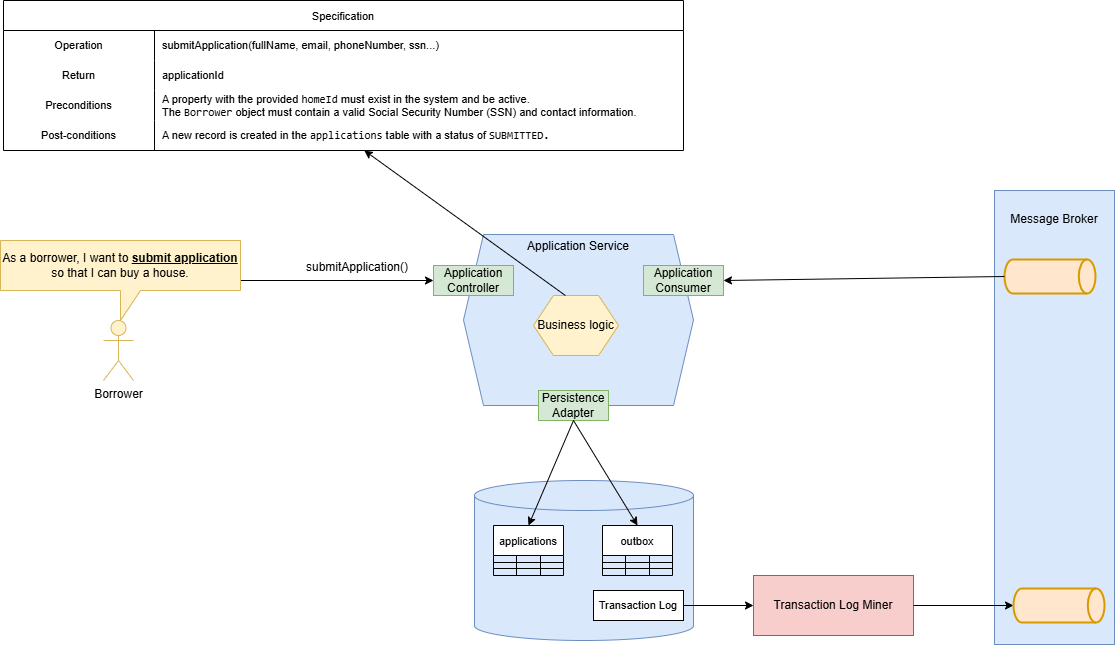
huynm20051990/loan-origination-system keeps this draw.io diagram as 02-architecture/05-service-design.png. Above is the earlier version. Source tidied: cells renumbered, new cells last; positions are measured from the earlier drawing's top-left corner, leaving out a move shared by most shapes.
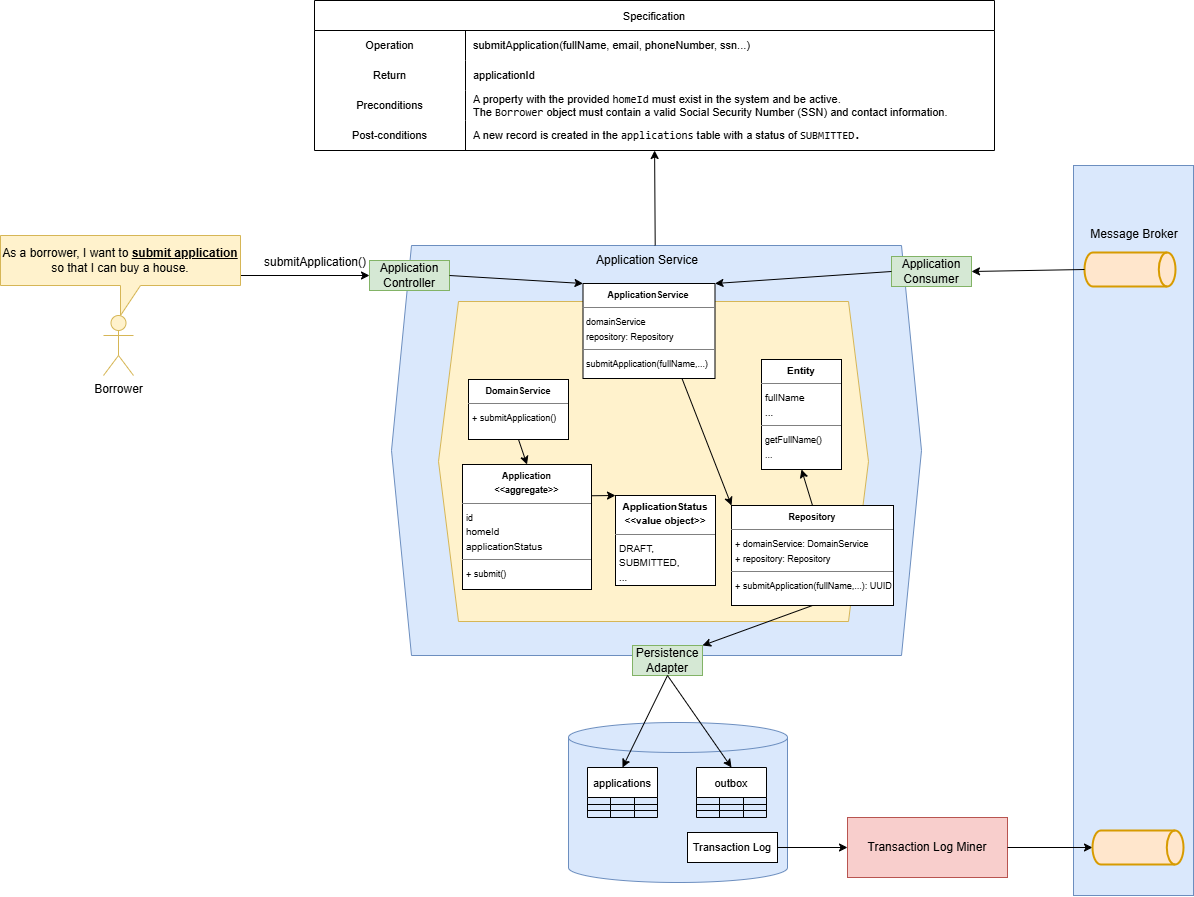
Above is the later version.

Commit message:
Update service design

What changed in the source:
```diff
@@ -3,30 +3,28 @@
     <mxCell id="0" />
     <mxCell id="1" parent="0" />
     <mxCell id="2" value="Borrower" style="shape=umlActor;verticalLabelPosition=bottom;verticalAlign=top;html=1;fillColor=#fff2cc;strokeColor=#d6b656;" parent="1" vertex="1">
-      <mxGeometry x="103" y="320" width="30" height="60" as="geometry" />
+      <mxGeometry x="-5" y="310" width="30" height="60" as="geometry" />
     </mxCell>
-    <mxCell id="3" style="edgeStyle=orthogonalEdgeStyle;rounded=0;jettySize=auto;html=1;" parent="1" edge="1" source="4">
-      <mxGeometry relative="1" as="geometry">
-        <mxPoint x="433" y="280" as="targetPoint" />
-      </mxGeometry>
+    <mxCell id="3" style="edgeStyle=orthogonalEdgeStyle;rounded=0;jettySize=auto;html=1;" parent="1" edge="1" source="4" target="22">
+      <mxGeometry relative="1" as="geometry" />
     </mxCell>
     <mxCell id="4" value="As a borrower, I want to &lt;b&gt;&lt;u&gt;submit application&lt;/u&gt;&lt;/b&gt; so that I can buy a house." style="shape=callout;whiteSpace=wrap;html=1;perimeter=calloutPerimeter;fillColor=#fff2cc;strokeColor=#d6b656;" parent="1" vertex="1">
-      <mxGeometry y="240" width="240" height="80" as="geometry" />
+      <mxGeometry x="-108" y="230" width="240" height="80" as="geometry" />
     </mxCell>
     <mxCell id="5" style="shape=hexagon;perimeter=hexagonPerimeter2;whiteSpace=wrap;html=1;fixedSize=1;fillColor=#dae8fc;strokeColor=#6c8ebf;" parent="1" vertex="1">
-      <mxGeometry x="463" y="234" width="230" height="171" as="geometry" />
+      <mxGeometry x="283" y="240" width="530" height="410" as="geometry" />
     </mxCell>
-    <mxCell id="6" value="Business logic" style="shape=hexagon;perimeter=hexagonPerimeter2;whiteSpace=wrap;html=1;fixedSize=1;fillColor=#fff2cc;strokeColor=#d6b656;" parent="1" vertex="1">
-      <mxGeometry x="533" y="295" width="85" height="60" as="geometry" />
+    <mxCell id="6" style="shape=hexagon;perimeter=hexagonPerimeter2;whiteSpace=wrap;html=1;fixedSize=1;fillColor=#fff2cc;strokeColor=#d6b656;" parent="1" vertex="1">
+      <mxGeometry x="330" y="296" width="430" height="320" as="geometry" />
     </mxCell>
     <mxCell id="7" value="submitApplication()" style="text;html=1;whiteSpace=wrap;strokeColor=none;fillColor=none;align=center;verticalAlign=middle;rounded=0;" parent="1" vertex="1">
-      <mxGeometry x="327" y="252" width="60" height="30" as="geometry" />
+      <mxGeometry x="177" y="242" width="60" height="30" as="geometry" />
     </mxCell>
     <mxCell id="8" value="Application Service" style="text;html=1;whiteSpace=wrap;strokeColor=none;fillColor=none;align=center;verticalAlign=middle;rounded=0;" parent="1" vertex="1">
-      <mxGeometry x="513" y="231" width="130" height="30" as="geometry" />
+      <mxGeometry x="474" y="240" width="130" height="30" as="geometry" />
     </mxCell>
     <mxCell id="9" value="Specification" style="shape=table;startSize=30;rowLines=0;fontStyle=0;strokeColor=default;fontSize=11;" parent="1" vertex="1">
-      <mxGeometry x="3" width="680" height="150" as="geometry" />
+      <mxGeometry x="206" y="-5" width="680" height="150" as="geometry" />
     </mxCell>
     <mxCell id="10" style="shape=tableRow;horizontal=0;startSize=0;swimlaneHead=0;swimlaneBody=0;top=0;left=0;bottom=0;right=0;fillColor=none;strokeColor=inherit;fontSize=11;" parent="9" vertex="1">
       <mxGeometry y="30" width="680" height="30" as="geometry" />
@@ -65,16 +63,16 @@
       <mxGeometry x="151" width="529" height="30" as="geometry" />
     </mxCell>
     <mxCell id="22" value="Application Controller" style="rounded=0;whiteSpace=wrap;html=1;fillColor=#d5e8d4;strokeColor=#82b366;" parent="1" vertex="1">
-      <mxGeometry x="433" y="265" width="80" height="30" as="geometry" />
+      <mxGeometry x="261" y="255" width="80" height="30" as="geometry" />
     </mxCell>
     <mxCell id="23" value="Persistence Adapter" style="rounded=0;whiteSpace=wrap;html=1;fillColor=#d5e8d4;strokeColor=#82b366;" parent="1" vertex="1">
-      <mxGeometry x="538" y="390" width="70" height="30" as="geometry" />
+      <mxGeometry x="524" y="640" width="70" height="30" as="geometry" />
     </mxCell>
     <mxCell id="24" style="shape=cylinder3;whiteSpace=wrap;html=1;boundedLbl=1;backgroundOutline=1;size=15;fillColor=#dae8fc;strokeColor=#6c8ebf;" parent="1" vertex="1">
-      <mxGeometry x="474" y="480" width="219" height="160" as="geometry" />
+      <mxGeometry x="460" y="717" width="219" height="160" as="geometry" />
     </mxCell>
     <mxCell id="25" value="applications" style="shape=table;startSize=30;strokeColor=default;fontSize=11;" parent="1" vertex="1">
-      <mxGeometry x="493" y="525" width="70" height="50" as="geometry" />
+      <mxGeometry x="479" y="762" width="70" height="50" as="geometry" />
     </mxCell>
     <mxCell id="26" style="shape=tableRow;horizontal=0;startSize=0;swimlaneHead=0;swimlaneBody=0;strokeColor=inherit;top=0;left=0;bottom=0;right=0;fillColor=none;fontSize=16;" parent="25" vertex="1">
       <mxGeometry y="30" width="70" height="7" as="geometry" />
@@ -113,7 +111,7 @@
       <mxGeometry x="47" width="23" height="7" as="geometry" />
     </mxCell>
     <mxCell id="38" value="outbox" style="shape=table;startSize=30;strokeColor=default;fontSize=11;" parent="1" vertex="1">
-      <mxGeometry x="602" y="525" width="70" height="50" as="geometry" />
+      <mxGeometry x="588" y="762" width="70" height="50" as="geometry" />
     </mxCell>
     <mxCell id="39" style="shape=tableRow;horizontal=0;startSize=0;swimlaneHead=0;swimlaneBody=0;strokeColor=inherit;top=0;left=0;bottom=0;right=0;fillColor=none;fontSize=16;" parent="38" vertex="1">
       <mxGeometry y="30" width="70" height="7" as="geometry" />
@@ -158,37 +156,76 @@
       <mxGeometry relative="1" as="geometry" />
     </mxCell>
     <mxCell id="53" value="Transaction Log" style="rounded=0;whiteSpace=wrap;html=1;fontSize=11;" parent="1" vertex="1">
-      <mxGeometry x="593" y="590" width="90" height="30" as="geometry" />
+      <mxGeometry x="579" y="827" width="90" height="30" as="geometry" />
     </mxCell>
     <mxCell id="54" value="Transaction Log Miner" style="rounded=0;whiteSpace=wrap;html=1;fillColor=#f8cecc;strokeColor=#b85450;" parent="1" vertex="1">
-      <mxGeometry x="753" y="575" width="160" height="60" as="geometry" />
+      <mxGeometry x="739" y="812" width="160" height="60" as="geometry" />
     </mxCell>
     <mxCell id="55" style="endArrow=classic;html=1;rounded=0;exitX=1;exitY=0.5;exitDx=0;exitDy=0;entryX=0;entryY=0.5;entryDx=0;entryDy=0;" parent="1" edge="1" source="53" target="54">
       <mxGeometry relative="1" as="geometry" />
     </mxCell>
     <mxCell id="56" style="rounded=0;whiteSpace=wrap;html=1;fillColor=#dae8fc;strokeColor=#6c8ebf;" parent="1" vertex="1">
-      <mxGeometry x="994" y="190" width="120" height="454" as="geometry" />
+      <mxGeometry x="965" y="160" width="120" height="730" as="geometry" />
     </mxCell>
     <mxCell id="57" value="Message Broker" style="text;html=1;whiteSpace=wrap;strokeColor=none;fillColor=none;align=center;verticalAlign=middle;rounded=0;" parent="1" vertex="1">
-      <mxGeometry x="1004" y="204" width="100" height="30" as="geometry" />
+      <mxGeometry x="976" y="214" width="100" height="30" as="geometry" />
     </mxCell>
     <mxCell id="58" style="endArrow=classic;html=1;rounded=0;exitX=1;exitY=0.5;exitDx=0;exitDy=0;entryX=0;entryY=0.5;entryDx=0;entryDy=0;entryPerimeter=0;" parent="1" edge="1" source="54" target="59">
       <mxGeometry relative="1" as="geometry" />
     </mxCell>
     <mxCell id="59" style="strokeWidth=2;html=1;shape=mxgraph.flowchart.direct_data;whiteSpace=wrap;fillColor=#ffe6cc;strokeColor=#d79b00;" parent="1" vertex="1">
-      <mxGeometry x="1013" y="588" width="91" height="34" as="geometry" />
+      <mxGeometry x="984" y="825" width="91" height="34" as="geometry" />
     </mxCell>
     <mxCell id="60" style="strokeWidth=2;html=1;shape=mxgraph.flowchart.direct_data;whiteSpace=wrap;fillColor=#ffe6cc;strokeColor=#d79b00;" parent="1" vertex="1">
-      <mxGeometry x="1004" y="259" width="91" height="34" as="geometry" />
+      <mxGeometry x="976" y="247" width="91" height="34" as="geometry" />
     </mxCell>
     <mxCell id="61" value="Application Consumer" style="rounded=0;whiteSpace=wrap;html=1;fillColor=#d5e8d4;strokeColor=#82b366;" parent="1" vertex="1">
-      <mxGeometry x="643" y="265" width="80" height="30" as="geometry" />
+      <mxGeometry x="783" y="251" width="80" height="30" as="geometry" />
     </mxCell>
     <mxCell id="62" style="endArrow=classic;html=1;rounded=0;exitX=0;exitY=0.5;exitDx=0;exitDy=0;exitPerimeter=0;entryX=1;entryY=0.5;entryDx=0;entryDy=0;" parent="1" edge="1" source="60" target="61">
       <mxGeometry relative="1" as="geometry" />
     </mxCell>
-    <mxCell id="63" style="endArrow=classic;html=1;rounded=0;exitX=0.375;exitY=0;exitDx=0;exitDy=0;" parent="1" edge="1" source="6" target="19">
+    <mxCell id="63" style="endArrow=classic;html=1;rounded=0;" parent="1" edge="1" source="5" target="19">
       <mxGeometry relative="1" as="geometry" />
     </mxCell>
+    <mxCell id="64" value="&lt;p style=&quot;margin:0px;margin-top:4px;text-align:center;&quot;&gt;&lt;b&gt;&lt;font style=&quot;font-size: 9px;&quot;&gt;ApplicationService&lt;/font&gt;&lt;/b&gt;&lt;/p&gt;&lt;hr size=&quot;1&quot; style=&quot;border-style:solid;&quot;&gt;&lt;p style=&quot;margin:0px;margin-left:4px;&quot;&gt;&lt;font style=&quot;font-size: 9px;&quot;&gt;domainService&lt;/font&gt;&lt;/p&gt;&lt;p style=&quot;margin:0px;margin-left:4px;&quot;&gt;&lt;font style=&quot;font-size: 9px;&quot;&gt;repository: Repository&lt;/font&gt;&lt;/p&gt;&lt;hr size=&quot;1&quot; style=&quot;border-style:solid;&quot;&gt;&lt;p style=&quot;margin:0px;margin-left:4px;&quot;&gt;&lt;font style=&quot;font-size: 9px;&quot;&gt;submitApplication(fullName,...)&lt;/font&gt;&lt;/p&gt;" style="verticalAlign=top;align=left;overflow=fill;html=1;whiteSpace=wrap;" parent="1" vertex="1">
+      <mxGeometry x="474.5" y="278" width="132" height="95" as="geometry" />
+    </mxCell>
+    <mxCell id="65" value="&lt;p style=&quot;margin:0px;margin-top:4px;text-align:center;&quot;&gt;&lt;b&gt;&lt;font style=&quot;font-size: 9px;&quot;&gt;DomainService&lt;/font&gt;&lt;/b&gt;&lt;/p&gt;&lt;hr size=&quot;1&quot; style=&quot;border-style:solid;&quot;&gt;&lt;p style=&quot;margin:0px;margin-left:4px;&quot;&gt;&lt;/p&gt;&lt;p style=&quot;margin:0px;margin-left:4px;&quot;&gt;&lt;font style=&quot;font-size: 9px;&quot;&gt;+ submitApplication()&lt;/font&gt;&lt;/p&gt;" style="verticalAlign=top;align=left;overflow=fill;html=1;whiteSpace=wrap;" parent="1" vertex="1">
+      <mxGeometry x="360" y="374" width="100" height="60" as="geometry" />
+    </mxCell>
+    <mxCell id="66" value="&lt;p style=&quot;margin:0px;margin-top:4px;text-align:center;&quot;&gt;&lt;b&gt;&lt;font style=&quot;font-size: 9px;&quot;&gt;Repository&lt;/font&gt;&lt;/b&gt;&lt;/p&gt;&lt;hr size=&quot;1&quot; style=&quot;border-style:solid;&quot;&gt;&lt;p style=&quot;margin:0px;margin-left:4px;&quot;&gt;&lt;font style=&quot;font-size: 9px;&quot;&gt;+ domainService: DomainService&lt;/font&gt;&lt;/p&gt;&lt;p style=&quot;margin:0px;margin-left:4px;&quot;&gt;&lt;font style=&quot;font-size: 9px;&quot;&gt;+ repository: Repository&lt;/font&gt;&lt;/p&gt;&lt;hr size=&quot;1&quot; style=&quot;border-style:solid;&quot;&gt;&lt;p style=&quot;margin:0px;margin-left:4px;&quot;&gt;&lt;font style=&quot;font-size: 9px;&quot;&gt;+ submitApplication(fullName,...): UUID&lt;/font&gt;&lt;/p&gt;" style="verticalAlign=top;align=left;overflow=fill;html=1;whiteSpace=wrap;" parent="1" vertex="1">
+      <mxGeometry x="623" y="500" width="162" height="100" as="geometry" />
+    </mxCell>
+    <mxCell id="67" value="&lt;p style=&quot;margin:0px;margin-top:4px;text-align:center;&quot;&gt;&lt;b&gt;&lt;font style=&quot;font-size: 9px;&quot;&gt;Application&lt;br&gt;&amp;lt;&amp;lt;aggregate&amp;gt;&amp;gt;&lt;/font&gt;&lt;/b&gt;&lt;/p&gt;&lt;hr size=&quot;1&quot; style=&quot;border-style:solid;&quot;&gt;&lt;p style=&quot;margin:0px;margin-left:4px;&quot;&gt;&lt;font style=&quot;font-size: 9px;&quot;&gt;id&lt;/font&gt;&lt;/p&gt;&lt;p style=&quot;margin:0px;margin-left:4px;&quot;&gt;&lt;font size=&quot;1&quot;&gt;homeId&lt;br&gt;applicationStatus&lt;/font&gt;&lt;/p&gt;&lt;hr size=&quot;1&quot; style=&quot;border-style:solid;&quot;&gt;&lt;p style=&quot;margin:0px;margin-left:4px;&quot;&gt;&lt;font style=&quot;font-size: 9px;&quot;&gt;+ submit()&lt;/font&gt;&lt;/p&gt;" style="verticalAlign=top;align=left;overflow=fill;html=1;whiteSpace=wrap;" parent="1" vertex="1">
+      <mxGeometry x="354" y="459" width="129" height="125" as="geometry" />
+    </mxCell>
+    <mxCell id="68" value="&lt;p style=&quot;margin:0px;margin-top:4px;text-align:center;&quot;&gt;&lt;font size=&quot;1&quot;&gt;&lt;b&gt;ApplicationStatus&lt;br&gt;&amp;lt;&amp;lt;value object&amp;gt;&amp;gt;&lt;/b&gt;&lt;/font&gt;&lt;/p&gt;&lt;hr size=&quot;1&quot; style=&quot;border-style:solid;&quot;&gt;&lt;p style=&quot;margin:0px;margin-left:4px;&quot;&gt;&lt;font size=&quot;1&quot;&gt;DRAFT, &lt;br&gt;SUBMITTED,&lt;br&gt;&lt;/font&gt;&lt;/p&gt;&lt;p style=&quot;margin:0px;margin-left:4px;&quot;&gt;&lt;font size=&quot;1&quot;&gt;...&lt;br&gt;&lt;br&gt;&lt;/font&gt;&lt;/p&gt;" style="verticalAlign=top;align=left;overflow=fill;html=1;whiteSpace=wrap;" parent="1" vertex="1">
+      <mxGeometry x="507" y="490" width="100" height="90" as="geometry" />
+    </mxCell>
+    <mxCell id="69" value="&lt;p style=&quot;margin:0px;margin-top:4px;text-align:center;&quot;&gt;&lt;font size=&quot;1&quot;&gt;&lt;b&gt;Entity&lt;/b&gt;&lt;/font&gt;&lt;/p&gt;&lt;hr size=&quot;1&quot; style=&quot;border-style:solid;&quot;&gt;&lt;p style=&quot;margin:0px;margin-left:4px;&quot;&gt;&lt;font size=&quot;1&quot;&gt;fullName&lt;br&gt;...&lt;/font&gt;&lt;/p&gt;&lt;hr size=&quot;1&quot; style=&quot;border-style:solid;&quot;&gt;&lt;p style=&quot;margin:0px;margin-left:4px;&quot;&gt;&lt;font style=&quot;font-size: 9px;&quot;&gt;getFullName()&lt;br&gt;...&lt;/font&gt;&lt;/p&gt;" style="verticalAlign=top;align=left;overflow=fill;html=1;whiteSpace=wrap;" parent="1" vertex="1">
+      <mxGeometry x="653" y="354" width="80" height="110" as="geometry" />
+    </mxCell>
+    <mxCell id="70" style="endArrow=classic;html=1;rounded=0;exitX=1;exitY=0.5;exitDx=0;exitDy=0;entryX=0;entryY=0;entryDx=0;entryDy=0;" parent="1" edge="1" source="22" target="64">
+      <mxGeometry relative="1" as="geometry" />
+    </mxCell>
+    <mxCell id="71" style="endArrow=classic;html=1;rounded=0;exitX=0;exitY=0.5;exitDx=0;exitDy=0;entryX=1;entryY=0;entryDx=0;entryDy=0;" parent="1" edge="1" source="61" target="64">
+      <mxGeometry relative="1" as="geometry" />
+    </mxCell>
+    <mxCell id="72" style="endArrow=classic;html=1;rounded=0;exitX=0.5;exitY=1;exitDx=0;exitDy=0;entryX=1;entryY=0;entryDx=0;entryDy=0;" parent="1" edge="1" source="66" target="23">
+      <mxGeometry relative="1" as="geometry" />
+    </mxCell>
+    <mxCell id="73" style="endArrow=classic;html=1;rounded=0;exitX=1;exitY=0.25;exitDx=0;exitDy=0;entryX=0;entryY=0;entryDx=0;entryDy=0;" parent="1" edge="1" source="67" target="68">
+      <mxGeometry relative="1" as="geometry" />
+    </mxCell>
+    <mxCell id="74" style="endArrow=classic;html=1;rounded=0;exitX=0.5;exitY=0;exitDx=0;exitDy=0;entryX=0.5;entryY=1;entryDx=0;entryDy=0;" parent="1" edge="1" source="66" target="69">
+      <mxGeometry relative="1" as="geometry" />
+    </mxCell>
+    <mxCell id="75" style="endArrow=classic;html=1;rounded=0;exitX=0.75;exitY=1;exitDx=0;exitDy=0;entryX=0;entryY=0;entryDx=0;entryDy=0;" parent="1" edge="1" source="64" target="66">
+      <mxGeometry relative="1" as="geometry" />
+    </mxCell>
+    <mxCell id="76" style="endArrow=classic;html=1;rounded=0;exitX=0.5;exitY=1;exitDx=0;exitDy=0;entryX=0.5;entryY=0;entryDx=0;entryDy=0;" parent="1" edge="1" source="65" target="67">
+      <mxGeometry relative="1" as="geometry" />
+    </mxCell>
   </root>
 </mxGraphModel>
```
